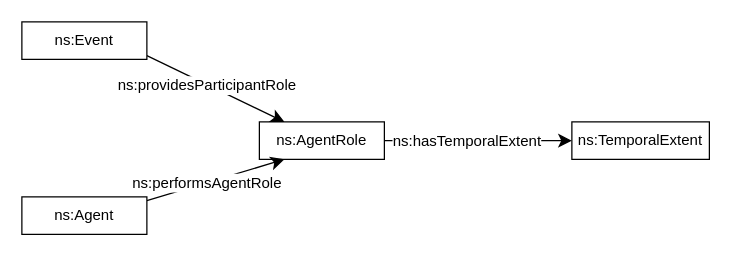
Before: MODL Library Simplified/participantroleSimplified.drawio in nd-crane/Drawio-experiments, a draw.io diagram. Source tidied: cells renumbered, new cells numbered last; positions are measured from the earlier drawing's top-left corner, leaving out a move shared by most shapes. Both pictures are drawn from the tidied source at 125%, with x=0, y=0 at pixel (21, 21).
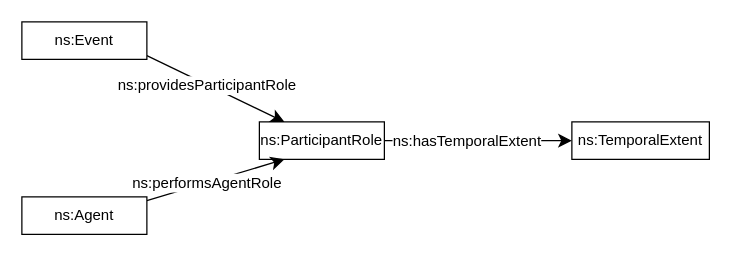
The same page after the edit.

Commit message:
modl lib

The edit, as a diff of the source:
```diff
@@
 <mxGraphModel>
   <root>
     <mxCell id="0" />
     <mxCell id="1" parent="0" />
     <mxCell id="2" value="ns:TemporalExtent" style="rounded=0;whiteSpace=wrap;html=1;snapToPoint=1;points=[[0.1,0],[0.2,0],[0.3,0],[0.4,0],[0.5,0],[0.6,0],[0.7,0],[0.8,0],[0.9,0],[0,0.1],[0,0.3],[0,0.5],[0,0.7],[0,0.9],[0.1,1],[0.2,1],[0.3,1],[0.4,1],[0.5,1],[0.6,1],[0.7,1],[0.8,1],[0.9,1],[1,0.1],[1,0.3],[1,0.5],[1,0.7],[1,0.9]];" parent="1" vertex="1">
       <mxGeometry x="440" y="80" width="110" height="30" as="geometry" />
     </mxCell>
-    <mxCell id="3" value="ns:AgentRole" style="rounded=0;whiteSpace=wrap;html=1;snapToPoint=1;points=[[0.1,0],[0.2,0],[0.3,0],[0.4,0],[0.5,0],[0.6,0],[0.7,0],[0.8,0],[0.9,0],[0,0.1],[0,0.3],[0,0.5],[0,0.7],[0,0.9],[0.1,1],[0.2,1],[0.3,1],[0.4,1],[0.5,1],[0.6,1],[0.7,1],[0.8,1],[0.9,1],[1,0.1],[1,0.3],[1,0.5],[1,0.7],[1,0.9]];" parent="1" vertex="1">
+    <mxCell id="3" value="ns:ParticipantRole" style="rounded=0;whiteSpace=wrap;html=1;snapToPoint=1;points=[[0.1,0],[0.2,0],[0.3,0],[0.4,0],[0.5,0],[0.6,0],[0.7,0],[0.8,0],[0.9,0],[0,0.1],[0,0.3],[0,0.5],[0,0.7],[0,0.9],[0.1,1],[0.2,1],[0.3,1],[0.4,1],[0.5,1],[0.6,1],[0.7,1],[0.8,1],[0.9,1],[1,0.1],[1,0.3],[1,0.5],[1,0.7],[1,0.9]];" parent="1" vertex="1">
       <mxGeometry x="190" y="80" width="100" height="30" as="geometry" />
     </mxCell>
     <mxCell id="4" style="endArrow=classic;html=1;endSize=8;arcSize=0;entryX=0.2;entryY=1;entryDx=0;entryDy=0;exitX=1;exitY=0.1;exitDx=0;exitDy=0;" parent="1" edge="1" source="6" target="3">
       <mxGeometry relative="1" as="geometry" />
     </mxCell>
     <mxCell id="5" value="&lt;div&gt;&lt;/div&gt;ns:performsAgentRole" style="text;html=1;align=center;verticalAlign=middle;labelBackgroundColor=#ffffff;" parent="4" vertex="1">
       <mxGeometry x="-0.13" relative="1" as="geometry" />
     </mxCell>
     <mxCell id="6" value="ns:Agent" style="rounded=0;whiteSpace=wrap;html=1;snapToPoint=1;points=[[0.1,0],[0.2,0],[0.3,0],[0.4,0],[0.5,0],[0.6,0],[0.7,0],[0.8,0],[0.9,0],[0,0.1],[0,0.3],[0,0.5],[0,0.7],[0,0.9],[0.1,1],[0.2,1],[0.3,1],[0.4,1],[0.5,1],[0.6,1],[0.7,1],[0.8,1],[0.9,1],[1,0.1],[1,0.3],[1,0.5],[1,0.7],[1,0.9]];" parent="1" vertex="1">
       <mxGeometry y="140" width="100" height="30" as="geometry" />
     </mxCell>
     <mxCell id="7" style="endArrow=classic;html=1;endSize=8;arcSize=0;exitX=1;exitY=0.5;exitDx=0;exitDy=0;entryX=0;entryY=0.5;entryDx=0;entryDy=0;" parent="1" edge="1" source="3" target="2">
       <mxGeometry relative="1" as="geometry" />
     </mxCell>
     <mxCell id="8" value="&lt;div&gt;&lt;/div&gt;ns:hasTemporalExtent" style="text;html=1;align=center;verticalAlign=middle;labelBackgroundColor=#ffffff;" parent="7" vertex="1">
       <mxGeometry x="-0.13" relative="1" as="geometry" />
     </mxCell>
     <mxCell id="9" style="endArrow=classic;html=1;endSize=8;arcSize=0;entryX=0.2;entryY=0;entryDx=0;entryDy=0;exitX=1;exitY=0.9;exitDx=0;exitDy=0;" parent="1" edge="1" source="11" target="3">
       <mxGeometry relative="1" as="geometry" />
     </mxCell>
     <mxCell id="10" value="&lt;div&gt;&lt;/div&gt;ns:providesParticipantRole" style="text;html=1;align=center;verticalAlign=middle;labelBackgroundColor=#ffffff;" parent="9" vertex="1">
       <mxGeometry x="-0.13" relative="1" as="geometry" />
     </mxCell>
     <mxCell id="11" value="ns:Event" style="rounded=0;whiteSpace=wrap;html=1;snapToPoint=1;points=[[0.1,0],[0.2,0],[0.3,0],[0.4,0],[0.5,0],[0.6,0],[0.7,0],[0.8,0],[0.9,0],[0,0.1],[0,0.3],[0,0.5],[0,0.7],[0,0.9],[0.1,1],[0.2,1],[0.3,1],[0.4,1],[0.5,1],[0.6,1],[0.7,1],[0.8,1],[0.9,1],[1,0.1],[1,0.3],[1,0.5],[1,0.7],[1,0.9]];" parent="1" vertex="1">
       <mxGeometry width="100" height="30" as="geometry" />
     </mxCell>
   </root>
 </mxGraphModel>
```
